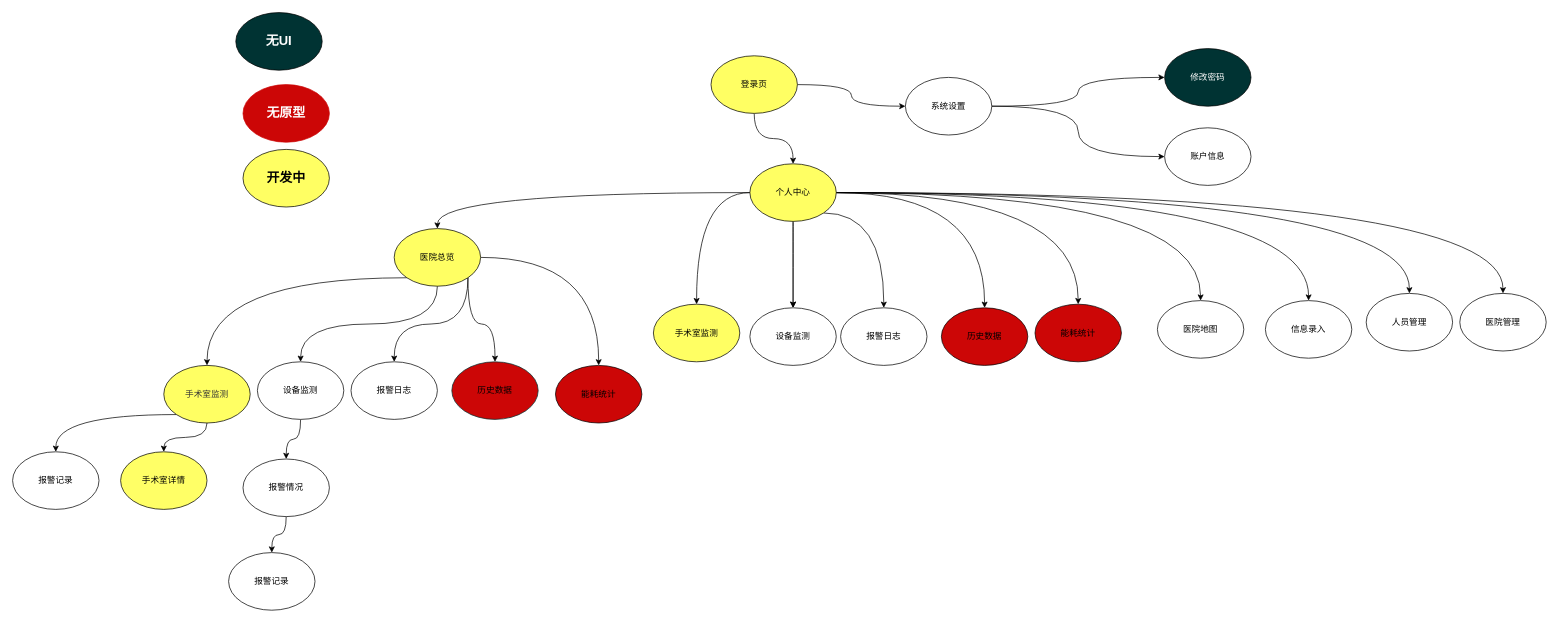
Before: 未命名绘图.drawio in linround/2022, a draw.io diagram. Source tidied: cells renumbered, new cells numbered last; positions are measured from the earlier drawing's top-left corner, leaving out a move shared by most shapes. Both pictures are drawn from the tidied source at 72%, with x=0, y=0 at pixel (12, 12).
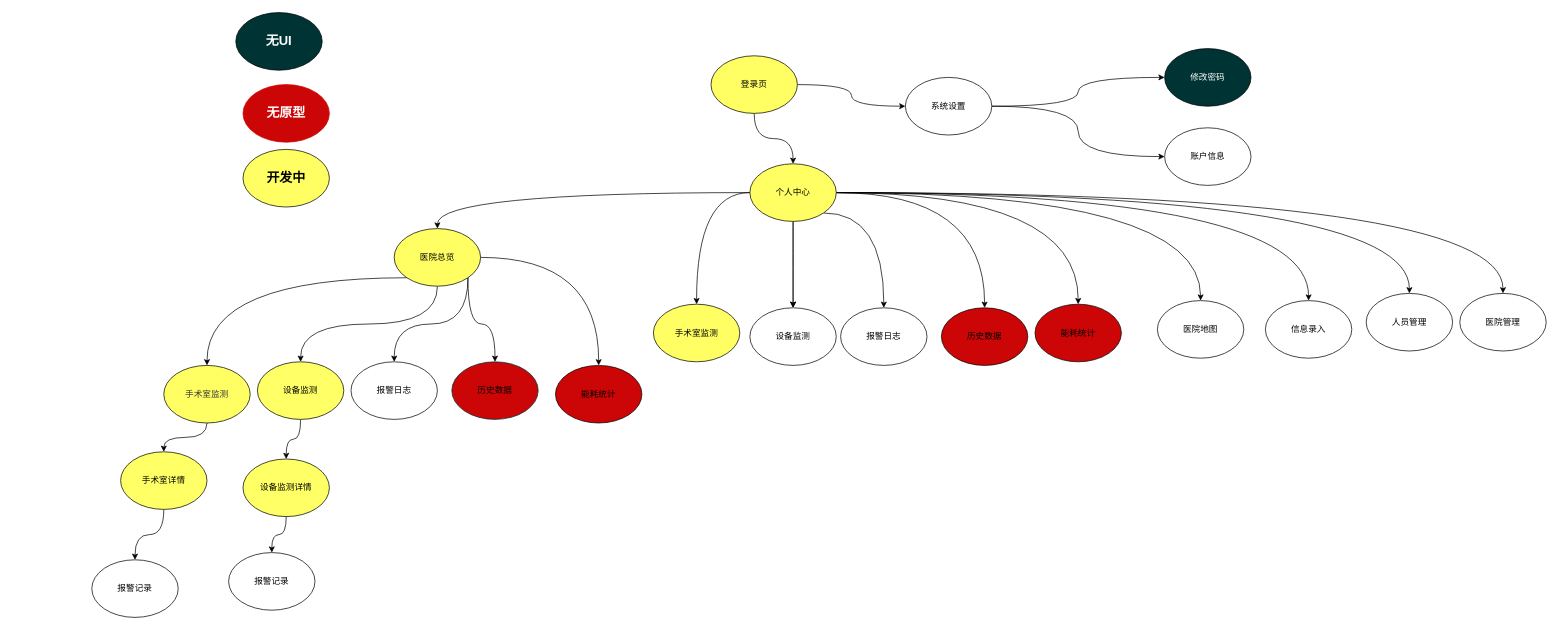
The same diagram, later.

Commit message:
更新未命名绘图.drawio

The change refers to these unchanged cells:
```xml
<mxCell id="30" value="&lt;span style=&quot;color: rgb(51, 51, 51); font-family: &amp;quot;Arial Normal&amp;quot;, Arial, sans-serif; text-align: left; text-wrap: nowrap;&quot;&gt;手术室监测&lt;/span&gt;" style="ellipse;whiteSpace=wrap;html=1;fillColor=#FFFF63;" parent="1" vertex="1">
  <mxGeometry x="210" y="490" width="120" height="80" as="geometry" />
</mxCell>
<mxCell id="52" value="手术室详情" style="ellipse;whiteSpace=wrap;html=1;fillColor=#FFFF66;" parent="1" vertex="1">
  <mxGeometry x="150" y="610" width="120" height="80" as="geometry" />
</mxCell>
```

Change to the diagram source:
```diff
@@
-    <mxCell id="24" value="设备监测" style="ellipse;whiteSpace=wrap;html=1;" parent="1" vertex="1">
+    <mxCell id="24" value="设备监测" style="ellipse;whiteSpace=wrap;html=1;fillColor=#FFFF66;" parent="1" vertex="1">
       <mxGeometry x="340" y="485" width="120" height="80" as="geometry" />
     </mxCell>
@@
-    <mxCell id="28" style="edgeStyle=orthogonalEdgeStyle;curved=1;rounded=0;jettySize=auto;html=1;exitX=0;exitY=1;exitDx=0;exitDy=0;" parent="1" edge="1" source="30" target="31">
-      <mxGeometry relative="1" as="geometry" />
-    </mxCell>
@@
     <mxCell id="31" value="报警记录" style="ellipse;whiteSpace=wrap;html=1;" parent="1" vertex="1">
-      <mxGeometry y="610" width="120" height="80" as="geometry" />
+      <mxGeometry x="110" y="760" width="120" height="80" as="geometry" />
     </mxCell>
@@
-    <mxCell id="33" value="报警情况" style="ellipse;whiteSpace=wrap;html=1;" parent="1" vertex="1">
+    <mxCell id="33" value="设备监测详情" style="ellipse;whiteSpace=wrap;html=1;fillColor=#FFFF66;" parent="1" vertex="1">
       <mxGeometry x="320" y="620" width="120" height="80" as="geometry" />
     </mxCell>
@@
+    <mxCell id="53" style="edgeStyle=orthogonalEdgeStyle;rounded=0;jettySize=auto;html=1;exitX=0.5;exitY=1;exitDx=0;exitDy=0;curved=1;" parent="1" edge="1" source="52" target="31">
+      <mxGeometry relative="1" as="geometry" />
+    </mxCell>
```
